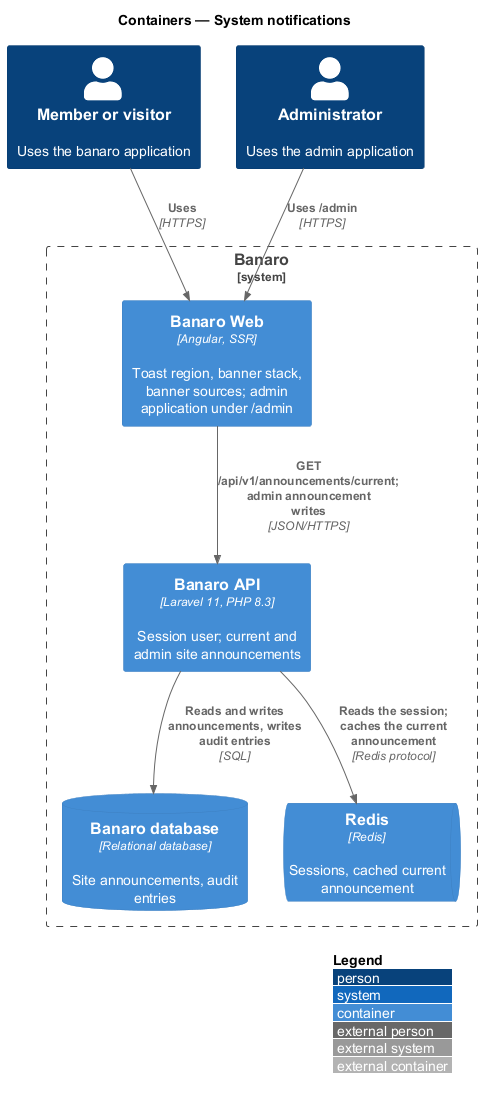
This is docs/detailed-designs/notifications/system-notifications/diagrams/c4-container.png from QuinntyneBrown/banaro, a PlantUML export, as it was before one commit.
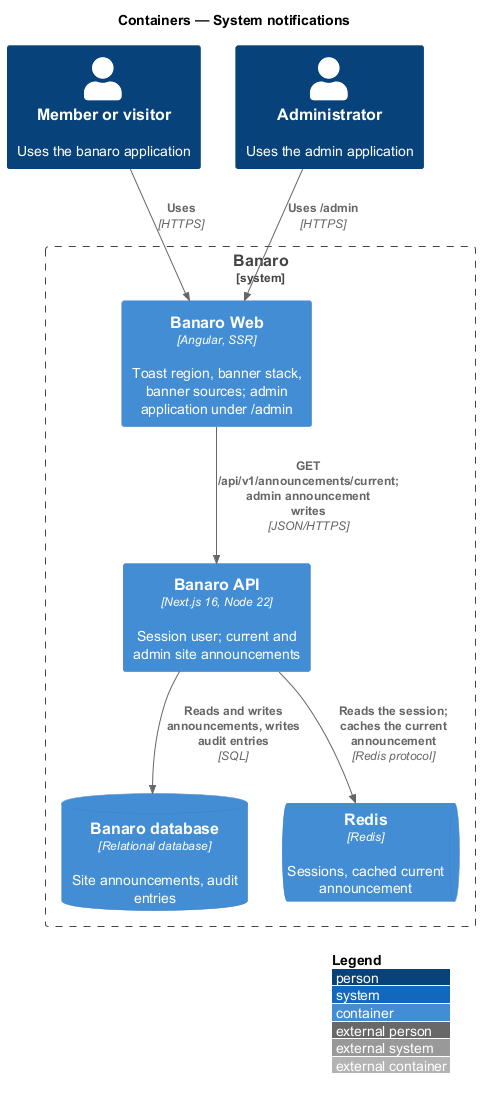
Above is the later version.

Diff of the diagram source:
```diff
@@ -8,7 +8,7 @@
 
 System_Boundary(banaro, "Banaro") {
   Container(web, "Banaro Web", "Angular, SSR", "Toast region, banner stack, banner sources; admin application under /admin")
-  Container(api, "Banaro API", "Laravel 11, PHP 8.3", "Session user; current and admin site announcements")
+  Container(api, "Banaro API", "Next.js 16, Node 22", "Session user; current and admin site announcements")
   ContainerDb(db, "Banaro database", "Relational database", "Site announcements, audit entries")
   ContainerQueue(redis, "Redis", "Redis", "Sessions, cached current announcement")
 }
```
